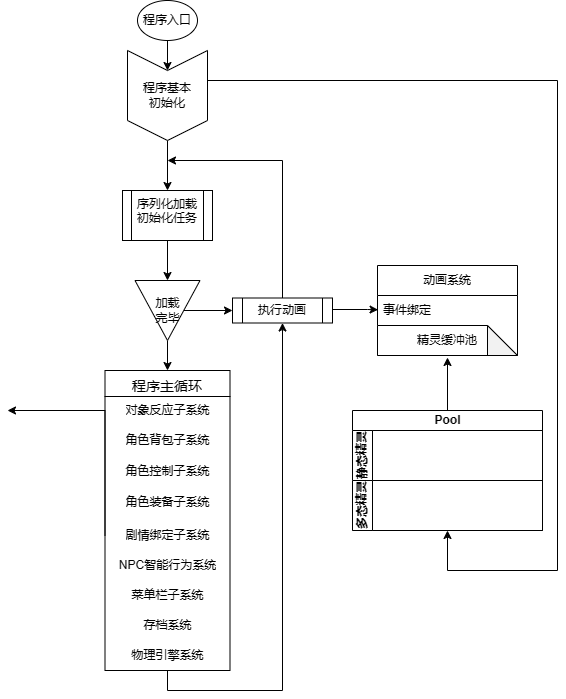
AliceAuto/-Funcode- keeps this draw.io diagram as 游戏框架/未命名绘图.drawio.png. Above is the earlier version. Source tidied: cells renumbered, new cells last; positions are measured from the earlier drawing's top-left corner, leaving out a move shared by most shapes.
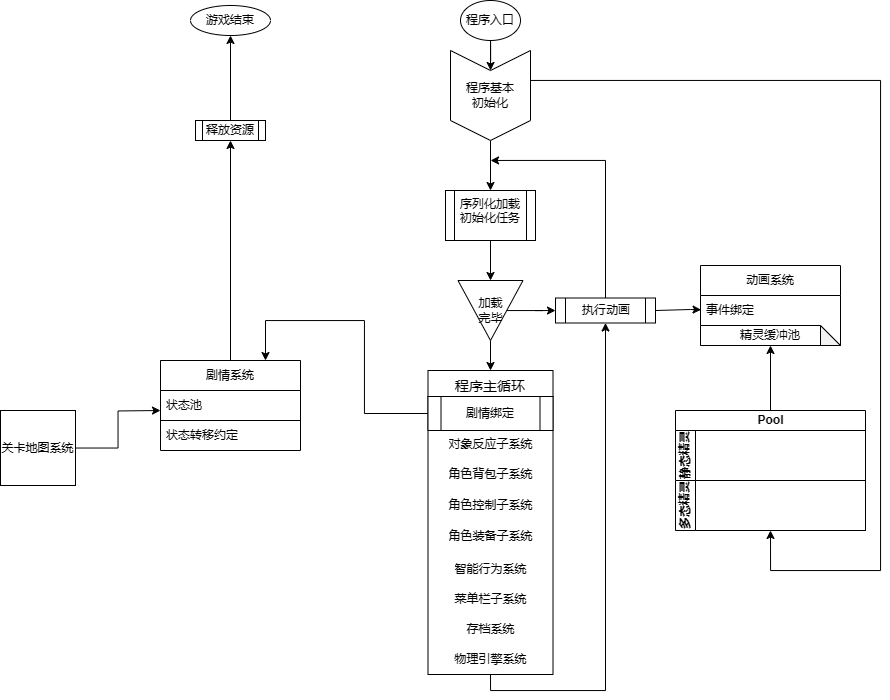
The same diagram one commit later.

Commit message:
更新未命名绘图.drawio.png

The edit, as a diff of the source:
```diff
@@ -55,43 +55,34 @@
       </mxGeometry>
     </mxCell>
     <mxCell id="13" value="程序主循环" style="swimlane;fontStyle=0;horizontal=1;startSize=26;align=center;fontSize=14;spacingTop=4;" parent="1" vertex="1">
-      <mxGeometry x="97.5" y="370" width="125" height="300" as="geometry" />
+      <mxGeometry x="97.5" y="370" width="125" height="304" as="geometry" />
     </mxCell>
+    <mxCell id="35" value="剧情绑定" style="shape=process;whiteSpace=wrap;html=1;backgroundOutline=1;" parent="13" vertex="1">
+      <mxGeometry y="26" width="125" height="34" as="geometry" />
+    </mxCell>
     <mxCell id="14" value="对象反应子系统" style="text;strokeColor=none;fillColor=none;spacingLeft=4;spacingRight=4;overflow=hidden;fontSize=12;whiteSpace=wrap;html=1;align=center;" parent="13" vertex="1">
-      <mxGeometry y="26" width="125" height="30" as="geometry" />
+      <mxGeometry y="60" width="125" height="30" as="geometry" />
     </mxCell>
     <mxCell id="15" value="角色背包子系统" style="text;strokeColor=none;fillColor=none;spacingLeft=4;spacingRight=4;overflow=hidden;fontSize=12;whiteSpace=wrap;html=1;align=center;" parent="13" vertex="1">
-      <mxGeometry y="56" width="125" height="30" as="geometry" />
+      <mxGeometry y="90" width="125" height="30" as="geometry" />
     </mxCell>
     <mxCell id="16" value="角色控制子系统" style="text;html=1;align=center;verticalAlign=middle;whiteSpace=wrap;rounded=0;spacingLeft=4;spacingRight=4;" parent="13" vertex="1">
-      <mxGeometry y="86" width="125" height="30" as="geometry" />
+      <mxGeometry y="120" width="125" height="30" as="geometry" />
     </mxCell>
     <mxCell id="17" value="角色装备子系统" style="text;strokeColor=none;fillColor=none;spacingLeft=4;spacingRight=4;overflow=hidden;fontSize=12;whiteSpace=wrap;html=1;align=center;spacingTop=2;" parent="13" vertex="1">
-      <mxGeometry y="116" width="125" height="34" as="geometry" />
+      <mxGeometry y="150" width="125" height="34" as="geometry" />
     </mxCell>
-    <mxCell id="18" value="剧情绑定子系统" style="text;strokeColor=none;fillColor=none;align=center;verticalAlign=middle;spacingLeft=4;spacingRight=4;overflow=hidden;points=[[0,0.5],[1,0.5]];portConstraint=eastwest;whiteSpace=wrap;html=1;" parent="13" vertex="1">
-      <mxGeometry y="150" width="125" height="30" as="geometry" />
-    </mxCell>
-    <mxCell id="19" style="edgeStyle=orthogonalEdgeStyle;rounded=0;jettySize=auto;html=1;exitX=0;exitY=0.5;exitDx=0;exitDy=0;" parent="13" edge="1" source="18">
-      <mxGeometry relative="1" as="geometry">
-        <mxPoint x="-97.5" y="40" as="targetPoint" />
-        <Array as="points">
-          <mxPoint y="40" />
-          <mxPoint x="-57" y="40" />
-        </Array>
-      </mxGeometry>
-    </mxCell>
-    <mxCell id="20" value="NPC智能行为系统" style="text;strokeColor=none;fillColor=none;align=center;verticalAlign=middle;spacingLeft=4;spacingRight=4;overflow=hidden;whiteSpace=wrap;html=1;" parent="13" vertex="1">
-      <mxGeometry y="180" width="125" height="30" as="geometry" />
+    <mxCell id="20" value="智能行为系统" style="text;strokeColor=none;fillColor=none;align=center;verticalAlign=middle;spacingLeft=4;spacingRight=4;overflow=hidden;whiteSpace=wrap;html=1;" parent="13" vertex="1">
+      <mxGeometry y="184" width="125" height="30" as="geometry" />
     </mxCell>
     <mxCell id="21" value="菜单栏子系统" style="text;html=1;align=center;verticalAlign=middle;whiteSpace=wrap;rounded=0;spacingLeft=4;spacingRight=4;" parent="13" vertex="1">
-      <mxGeometry y="210" width="125" height="30" as="geometry" />
+      <mxGeometry y="214" width="125" height="30" as="geometry" />
     </mxCell>
     <mxCell id="22" value="存档系统" style="text;html=1;align=center;verticalAlign=middle;whiteSpace=wrap;rounded=0;spacingRight=4;spacingLeft=4;" parent="13" vertex="1">
-      <mxGeometry y="240" width="125" height="30" as="geometry" />
+      <mxGeometry y="244" width="125" height="30" as="geometry" />
     </mxCell>
     <mxCell id="23" value="物理引擎系统" style="text;html=1;align=center;verticalAlign=middle;whiteSpace=wrap;rounded=0;" parent="13" vertex="1">
-      <mxGeometry y="270" width="125" height="30" as="geometry" />
+      <mxGeometry y="274" width="125" height="30" as="geometry" />
     </mxCell>
     <mxCell id="24" style="edgeStyle=orthogonalEdgeStyle;rounded=0;orthogonalLoop=1;jettySize=auto;html=1;exitX=0.5;exitY=1;exitDx=0;exitDy=0;" parent="13" edge="1" source="22" target="22">
       <mxGeometry relative="1" as="geometry" />
@@ -103,13 +94,13 @@
       <mxGeometry x="127.5" y="280" width="65" height="60" as="geometry" />
     </mxCell>
     <mxCell id="27" value="动画系统" style="swimlane;fontStyle=0;horizontal=1;startSize=30;whiteSpace=wrap;html=1;" parent="1" vertex="1">
-      <mxGeometry x="370" y="265" width="140" height="90" as="geometry" />
+      <mxGeometry x="370" y="265" width="140" height="80" as="geometry" />
     </mxCell>
     <mxCell id="28" value="事件绑定" style="text;strokeColor=none;fillColor=none;align=left;verticalAlign=middle;spacingLeft=4;spacingRight=4;overflow=hidden;points=[[0,0.5],[1,0.5]];portConstraint=eastwest;whiteSpace=wrap;html=1;" parent="27" vertex="1">
       <mxGeometry y="30" width="140" height="30" as="geometry" />
     </mxCell>
     <mxCell id="29" value="&lt;div style=&quot;text-align: left;&quot;&gt;&lt;span style=&quot;background-color: initial;&quot;&gt;精灵缓冲池&lt;/span&gt;&lt;/div&gt;" style="shape=note;whiteSpace=wrap;html=1;backgroundOutline=1;darkOpacity=0.05;" parent="27" vertex="1">
-      <mxGeometry y="60" width="140" height="30" as="geometry" />
+      <mxGeometry y="60" width="140" height="20" as="geometry" />
     </mxCell>
     <mxCell id="30" value="Pool" style="swimlane;horizontal=1;startSize=20;html=1;" parent="1" vertex="1">
       <mxGeometry x="345" y="410" width="190" height="120" as="geometry" />
@@ -120,13 +111,8 @@
     <mxCell id="32" value="多态精灵" style="swimlane;startSize=20;horizontal=0;html=1;" parent="30" vertex="1">
       <mxGeometry y="70" width="190" height="50" as="geometry" />
     </mxCell>
-    <mxCell id="33" style="edgeStyle=orthogonalEdgeStyle;rounded=0;jettySize=auto;html=1;entryX=0.493;entryY=1.067;entryDx=0;entryDy=0;entryPerimeter=0;" parent="1" edge="1" source="30">
-      <mxGeometry relative="1" as="geometry">
-        <mxPoint x="439" y="357" as="targetPoint" />
-        <Array as="points">
-          <mxPoint x="440" y="357" />
-        </Array>
-      </mxGeometry>
+    <mxCell id="33" style="edgeStyle=orthogonalEdgeStyle;rounded=0;jettySize=auto;html=1;entryX=0.5;entryY=1;entryDx=0;entryDy=0;" parent="1" edge="1" source="30" target="27">
+      <mxGeometry relative="1" as="geometry" />
     </mxCell>
     <mxCell id="34" style="edgeStyle=orthogonalEdgeStyle;rounded=0;jettySize=auto;html=1;entryX=0.5;entryY=1;entryDx=0;entryDy=0;" parent="1" edge="1" source="5" target="32">
       <mxGeometry relative="1" as="geometry">
@@ -137,5 +123,46 @@
         </Array>
       </mxGeometry>
     </mxCell>
+    <mxCell id="36" style="edgeStyle=orthogonalEdgeStyle;rounded=0;jettySize=auto;html=1;entryX=0.5;entryY=1;entryDx=0;entryDy=0;exitX=0.5;exitY=0.032;exitDx=0;exitDy=0;exitPerimeter=0;" parent="1" edge="1" source="40" target="39">
+      <mxGeometry relative="1" as="geometry" />
+    </mxCell>
+    <mxCell id="37" value="游戏结束" style="ellipse;whiteSpace=wrap;html=1;" parent="1" vertex="1">
+      <mxGeometry x="-140" y="5" width="80" height="30" as="geometry" />
+    </mxCell>
+    <mxCell id="38" style="edgeStyle=orthogonalEdgeStyle;rounded=0;jettySize=auto;html=1;" parent="1" edge="1" source="39" target="37">
+      <mxGeometry relative="1" as="geometry" />
+    </mxCell>
+    <mxCell id="39" value="释放资源" style="shape=process;whiteSpace=wrap;html=1;backgroundOutline=1;" parent="1" vertex="1">
+      <mxGeometry x="-135" y="120" width="70" height="20" as="geometry" />
+    </mxCell>
+    <mxCell id="40" value="List" style="swimlane;fontStyle=0;horizontal=1;startSize=30;whiteSpace=wrap;html=1;" parent="1" vertex="1">
+      <mxGeometry x="-170" y="360" width="140" height="90" as="geometry" />
+    </mxCell>
+    <mxCell id="41" value="状态池" style="text;strokeColor=none;fillColor=none;align=left;verticalAlign=middle;spacingLeft=4;spacingRight=4;overflow=hidden;whiteSpace=wrap;html=1;" parent="40" vertex="1">
+      <mxGeometry y="30" width="140" height="30" as="geometry" />
+    </mxCell>
+    <mxCell id="42" value="状态转移约定" style="text;strokeColor=none;fillColor=none;align=left;verticalAlign=middle;spacingLeft=4;spacingRight=4;overflow=hidden;whiteSpace=wrap;html=1;" parent="40" vertex="1">
+      <mxGeometry y="60" width="140" height="30" as="geometry" />
+    </mxCell>
+    <mxCell id="43" value="剧情系统" style="swimlane;fontStyle=0;horizontal=1;startSize=30;whiteSpace=wrap;html=1;" parent="1" vertex="1">
+      <mxGeometry x="-170" y="360" width="140" height="60" as="geometry" />
+    </mxCell>
+    <mxCell id="44" style="edgeStyle=orthogonalEdgeStyle;rounded=0;jettySize=auto;html=1;entryX=0.75;entryY=0;entryDx=0;entryDy=0;" parent="1" edge="1" source="35" target="43">
+      <mxGeometry relative="1" as="geometry">
+        <Array as="points">
+          <mxPoint x="34" y="413" />
+          <mxPoint x="34" y="320" />
+          <mxPoint x="-65" y="320" />
+        </Array>
+      </mxGeometry>
+    </mxCell>
+    <mxCell id="45" style="edgeStyle=orthogonalEdgeStyle;rounded=0;jettySize=auto;html=1;" parent="1" edge="1" source="46">
+      <mxGeometry relative="1" as="geometry">
+        <mxPoint x="-170" y="410" as="targetPoint" />
+      </mxGeometry>
+    </mxCell>
+    <mxCell id="46" value="关卡地图系统" style="whiteSpace=wrap;html=1;" parent="1" vertex="1">
+      <mxGeometry x="-330" y="410" width="75" height="75" as="geometry" />
+    </mxCell>
   </root>
 </mxGraphModel>
```
